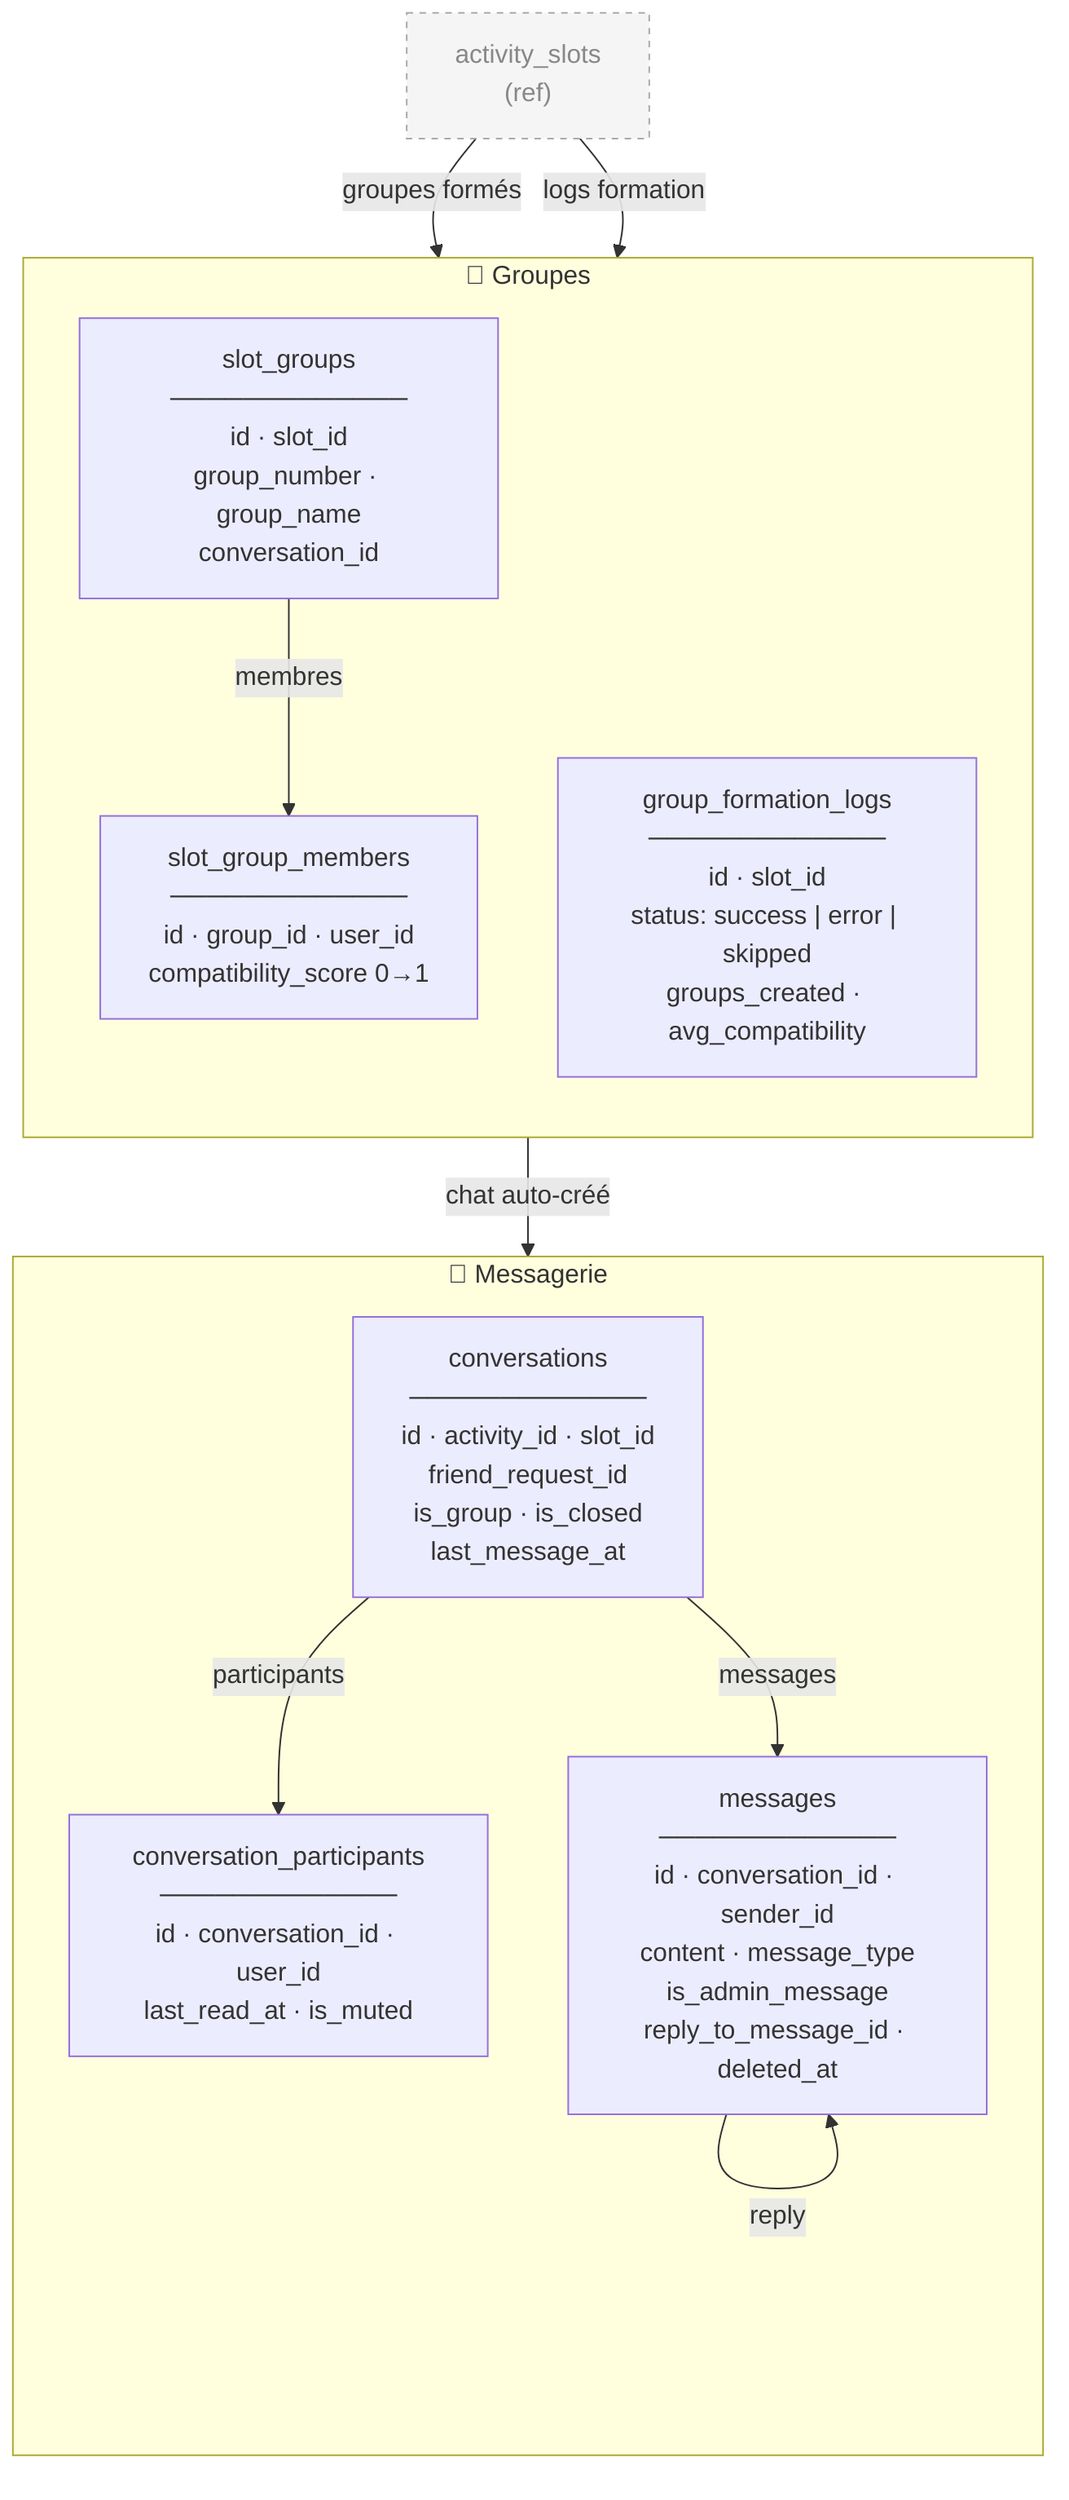
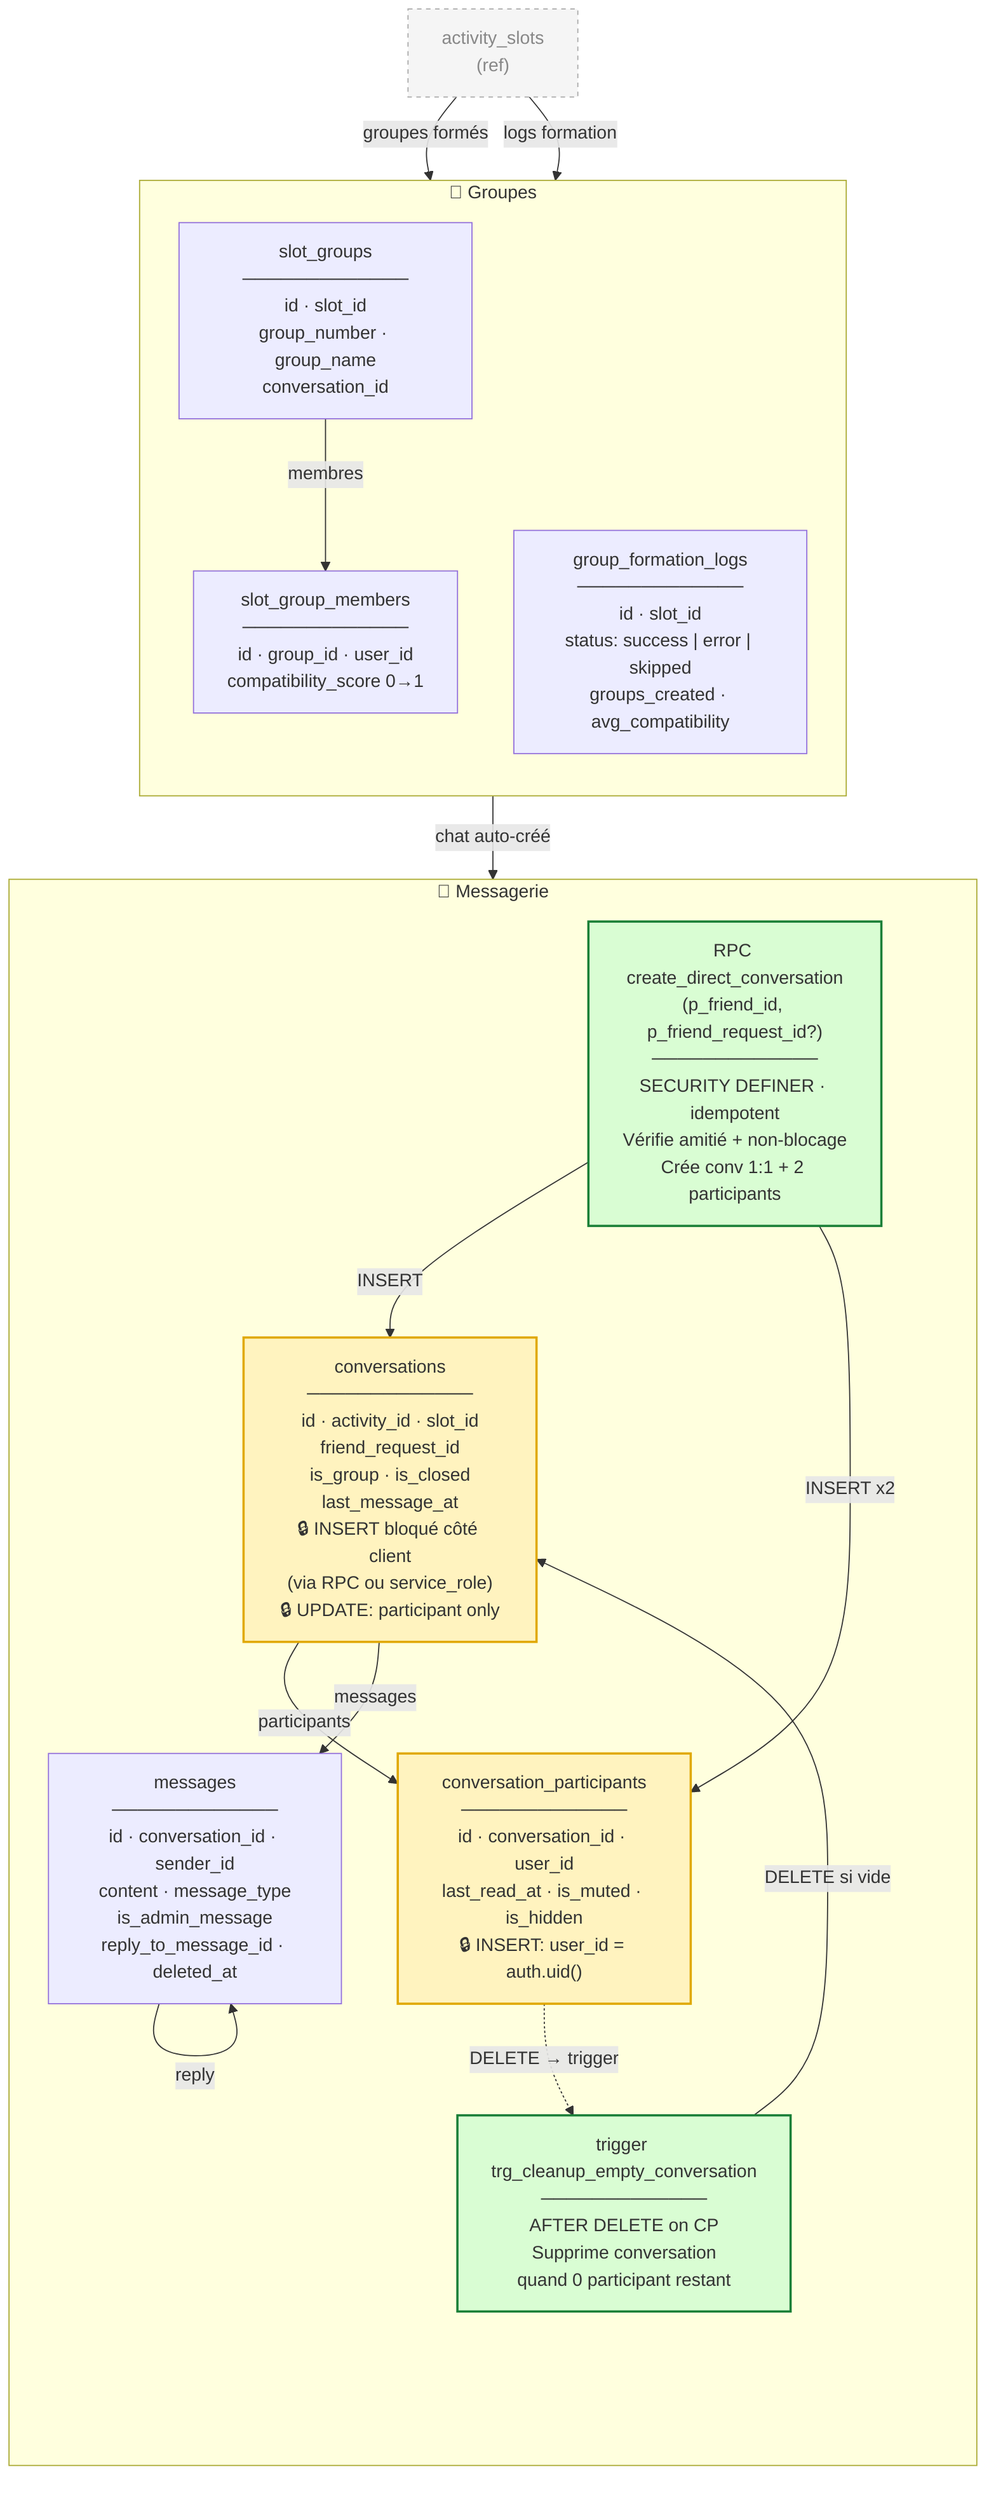
flowchart TD

  subgraph GRP["🧩 Groupes"]
    direction TB
    SG["slot_groups\n─────────────\nid · slot_id\ngroup_number · group_name\nconversation_id"]
    SGM["slot_group_members\n─────────────\nid · group_id · user_id\ncompatibility_score 0→1"]
    GFL["group_formation_logs\n─────────────\nid · slot_id\nstatus: success | error | skipped\ngroups_created · avg_compatibility"]
  end

  subgraph MSG["💬 Messagerie"]
    direction TB
-     C["conversations\n─────────────\nid · activity_id · slot_id\nfriend_request_id\nis_group · is_closed\nlast_message_at"]
-     CP["conversation_participants\n─────────────\nid · conversation_id · user_id\nlast_read_at · is_muted"]
+     C["conversations\n─────────────\nid · activity_id · slot_id\nfriend_request_id\nis_group · is_closed\nlast_message_at\n🔒 INSERT bloqué côté client\n(via RPC ou service_role)\n🔒 UPDATE: participant only"]:::updated
+     CP["conversation_participants\n─────────────\nid · conversation_id · user_id\nlast_read_at · is_muted · is_hidden\n🔒 INSERT: user_id = auth.uid()"]:::updated
    M["messages\n─────────────\nid · conversation_id · sender_id\ncontent · message_type\nis_admin_message\nreply_to_message_id · deleted_at"]
+     RPC_CDC["RPC create_direct_conversation\n(p_friend_id, p_friend_request_id?)\n─────────────\nSECURITY DEFINER · idempotent\nVérifie amitié + non-blocage\nCrée conv 1:1 + 2 participants"]:::added
+     TRG_CLEAN["trigger trg_cleanup_empty_conversation\n─────────────\nAFTER DELETE on CP\nSupprime conversation\nquand 0 participant restant"]:::added
  end

  %% Créneaux (refs externes)
  AS_REF["activity_slots\n(ref)"]:::ref
  AS_REF -->|"groupes formés"| SG
  AS_REF -->|"logs formation"| GFL

  %% Groupes
  SG -->|"membres"| SGM
  SG -->|"chat auto-créé"| C

  %% Messagerie
  C -->|"participants"| CP
  C -->|"messages"| M
  M -->|"reply"| M

+   RPC_CDC -->|"INSERT"| C
+   RPC_CDC -->|"INSERT x2"| CP
+   CP -. "DELETE → trigger" .-> TRG_CLEAN
+   TRG_CLEAN -->|"DELETE si vide"| C
+ 
  classDef ref fill:#f5f5f5,stroke:#aaa,stroke-dasharray:4 4,color:#888
+   classDef added fill:#d9fdd3,stroke:#1a7f37,stroke-width:2px
+   classDef updated fill:#fff3bf,stroke:#e0a800,stroke-width:2px
+   classDef removed fill:#eeeeee,stroke:#999999,stroke-width:2px,stroke-dasharray: 5 5
